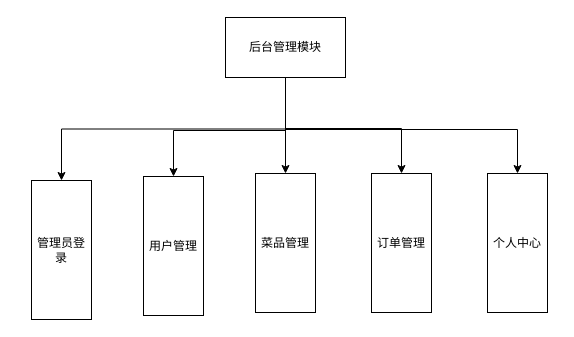
Above: 后台管理员功能模块图.drawio in FanDoggie/github-slideshow (draw.io), before the change. Source tidied: cells renumbered, new cells numbered last; positions are measured from the earlier drawing's top-left corner, leaving out a move shared by most shapes. Both pictures are drawn from the tidied source at 100%, with x=0, y=0 at pixel (31, 17).
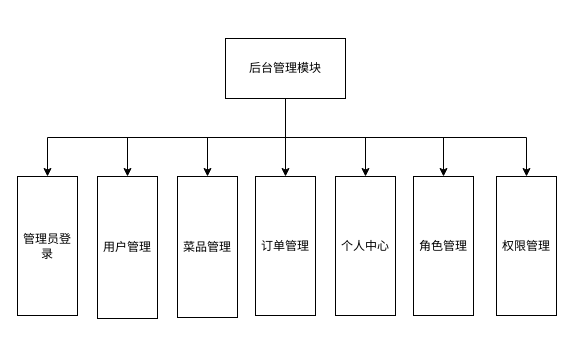
After the change.

Commit message:
更新后台管理员功能模块图.drawio

The edit, as a diff of the source:
```diff
@@
 <mxGraphModel>
   <root>
     <mxCell id="0" />
     <mxCell id="1" parent="0" />
+    <mxCell id="4" style="edgeStyle=orthogonalEdgeStyle;rounded=0;jettySize=auto;html=1;exitX=0.5;exitY=1;exitDx=0;exitDy=0;" parent="1" edge="1" source="7" target="8">
+      <mxGeometry relative="1" as="geometry" />
+    </mxCell>
+    <mxCell id="3" style="edgeStyle=orthogonalEdgeStyle;rounded=0;jettySize=auto;html=1;exitX=0.5;exitY=1;exitDx=0;exitDy=0;" parent="1" edge="1" source="7" target="9">
+      <mxGeometry relative="1" as="geometry" />
+    </mxCell>
-    <mxCell id="2" style="edgeStyle=orthogonalEdgeStyle;rounded=0;jettySize=auto;html=1;exitX=0.5;exitY=1;exitDx=0;exitDy=0;entryX=0.5;entryY=0;entryDx=0;entryDy=0;" parent="1" edge="1" source="7" target="10">
+    <mxCell id="2" style="edgeStyle=orthogonalEdgeStyle;rounded=0;jettySize=auto;html=1;exitX=0.5;exitY=1;exitDx=0;exitDy=0;" parent="1" edge="1" source="7" target="10">
       <mxGeometry relative="1" as="geometry" />
     </mxCell>
-    <mxCell id="3" style="edgeStyle=orthogonalEdgeStyle;rounded=0;jettySize=auto;html=1;exitX=0.5;exitY=1;exitDx=0;exitDy=0;entryX=0.5;entryY=0;entryDx=0;entryDy=0;" parent="1" edge="1" source="7" target="9">
-      <mxGeometry relative="1" as="geometry">
-        <Array as="points">
-          <mxPoint x="254" y="113" />
-          <mxPoint x="142" y="113" />
-        </Array>
-      </mxGeometry>
-    </mxCell>
-    <mxCell id="4" style="edgeStyle=orthogonalEdgeStyle;rounded=0;jettySize=auto;html=1;exitX=0.5;exitY=1;exitDx=0;exitDy=0;entryX=0.5;entryY=0;entryDx=0;entryDy=0;" parent="1" edge="1" source="7" target="8">
-      <mxGeometry relative="1" as="geometry" />
-    </mxCell>
-    <mxCell id="5" style="edgeStyle=orthogonalEdgeStyle;rounded=0;jettySize=auto;html=1;exitX=0.5;exitY=1;exitDx=0;exitDy=0;entryX=0.5;entryY=0;entryDx=0;entryDy=0;" parent="1" edge="1" source="7" target="11">
-      <mxGeometry relative="1" as="geometry">
-        <Array as="points">
-          <mxPoint x="254" y="111" />
-          <mxPoint x="370" y="111" />
-        </Array>
-      </mxGeometry>
+    <mxCell id="5" style="edgeStyle=orthogonalEdgeStyle;rounded=0;jettySize=auto;html=1;exitX=0.5;exitY=1;exitDx=0;exitDy=0;" parent="1" edge="1" source="7" target="11">
+      <mxGeometry relative="1" as="geometry" />
     </mxCell>
-    <mxCell id="6" style="edgeStyle=orthogonalEdgeStyle;rounded=0;jettySize=auto;html=1;exitX=0.5;exitY=1;exitDx=0;exitDy=0;entryX=0.5;entryY=0;entryDx=0;entryDy=0;" parent="1" edge="1" source="7" target="12">
-      <mxGeometry relative="1" as="geometry">
-        <Array as="points">
-          <mxPoint x="254" y="112" />
-          <mxPoint x="486" y="112" />
-        </Array>
-      </mxGeometry>
+    <mxCell id="6" style="edgeStyle=orthogonalEdgeStyle;rounded=0;jettySize=auto;html=1;exitX=0.5;exitY=1;exitDx=0;exitDy=0;" parent="1" edge="1" source="7" target="12">
+      <mxGeometry relative="1" as="geometry" />
     </mxCell>
+    <mxCell id="13" style="edgeStyle=orthogonalEdgeStyle;rounded=0;jettySize=auto;html=1;exitX=0.5;exitY=1;exitDx=0;exitDy=0;" parent="1" edge="1" source="7" target="15">
+      <mxGeometry relative="1" as="geometry" />
+    </mxCell>
+    <mxCell id="14" style="edgeStyle=orthogonalEdgeStyle;rounded=0;jettySize=auto;html=1;exitX=0.5;exitY=1;exitDx=0;exitDy=0;" parent="1" edge="1" source="7" target="16">
+      <mxGeometry relative="1" as="geometry" />
+    </mxCell>
     <mxCell id="7" value="后台管理模块" style="rounded=0;whiteSpace=wrap;html=1;" parent="1" vertex="1">
-      <mxGeometry x="194" width="120" height="60" as="geometry" />
+      <mxGeometry x="194" y="21" width="120" height="60" as="geometry" />
     </mxCell>
     <mxCell id="8" value="管理员登录" style="rounded=0;whiteSpace=wrap;html=1;" parent="1" vertex="1">
-      <mxGeometry y="163" width="60" height="139" as="geometry" />
+      <mxGeometry x="-14" y="159" width="60" height="139" as="geometry" />
     </mxCell>
     <mxCell id="9" value="用户管理" style="rounded=0;whiteSpace=wrap;html=1;" parent="1" vertex="1">
-      <mxGeometry x="112" y="159" width="60" height="139" as="geometry" />
+      <mxGeometry x="66" y="159" width="60" height="142" as="geometry" />
     </mxCell>
     <mxCell id="10" value="菜品管理" style="rounded=0;whiteSpace=wrap;html=1;" parent="1" vertex="1">
-      <mxGeometry x="224" y="156" width="60" height="139" as="geometry" />
+      <mxGeometry x="146" y="159" width="60" height="141" as="geometry" />
     </mxCell>
     <mxCell id="11" value="订单管理" style="rounded=0;whiteSpace=wrap;html=1;" parent="1" vertex="1">
-      <mxGeometry x="340" y="156" width="60" height="139" as="geometry" />
+      <mxGeometry x="224" y="159" width="60" height="139" as="geometry" />
     </mxCell>
     <mxCell id="12" value="个人中心" style="rounded=0;whiteSpace=wrap;html=1;" parent="1" vertex="1">
-      <mxGeometry x="456" y="156" width="60" height="139" as="geometry" />
+      <mxGeometry x="304" y="159" width="60" height="139" as="geometry" />
     </mxCell>
+    <mxCell id="15" value="角色管理" style="rounded=0;whiteSpace=wrap;html=1;" parent="1" vertex="1">
+      <mxGeometry x="382" y="159" width="60" height="139" as="geometry" />
+    </mxCell>
+    <mxCell id="16" value="权限管理" style="rounded=0;whiteSpace=wrap;html=1;" parent="1" vertex="1">
+      <mxGeometry x="465" y="159" width="60" height="139" as="geometry" />
+    </mxCell>
   </root>
 </mxGraphModel>
```
